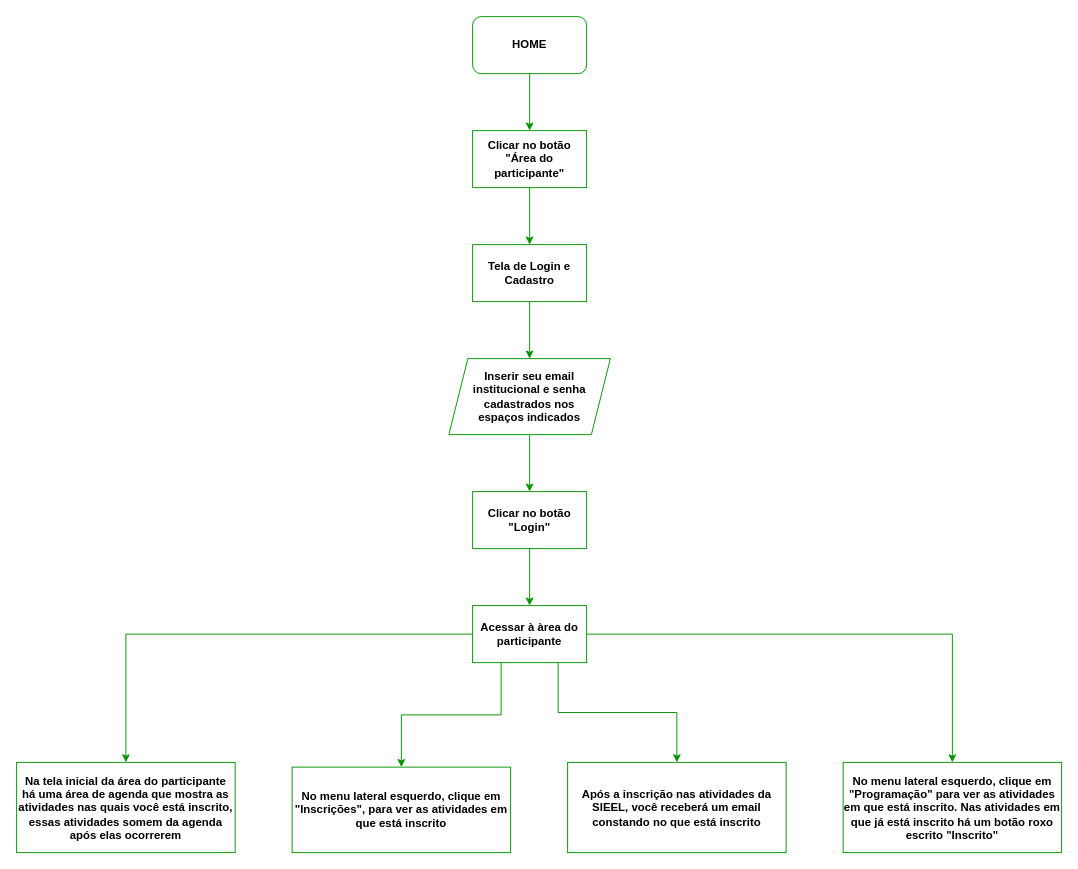
Above: page "verificar-inscricao" (3 of 6) of flowcharts-SIEEL-s-Site.drawio in jo4o-vinicius/Flowchart-of-SIEEL-s-site (draw.io), before the change. Source tidied: cells renumbered, new cells numbered last; positions are measured from the earlier drawing's top-left corner, leaving out a move shared by most shapes. Both pictures are drawn from the tidied source at 95%, with x=0, y=0 at pixel (16, 16).
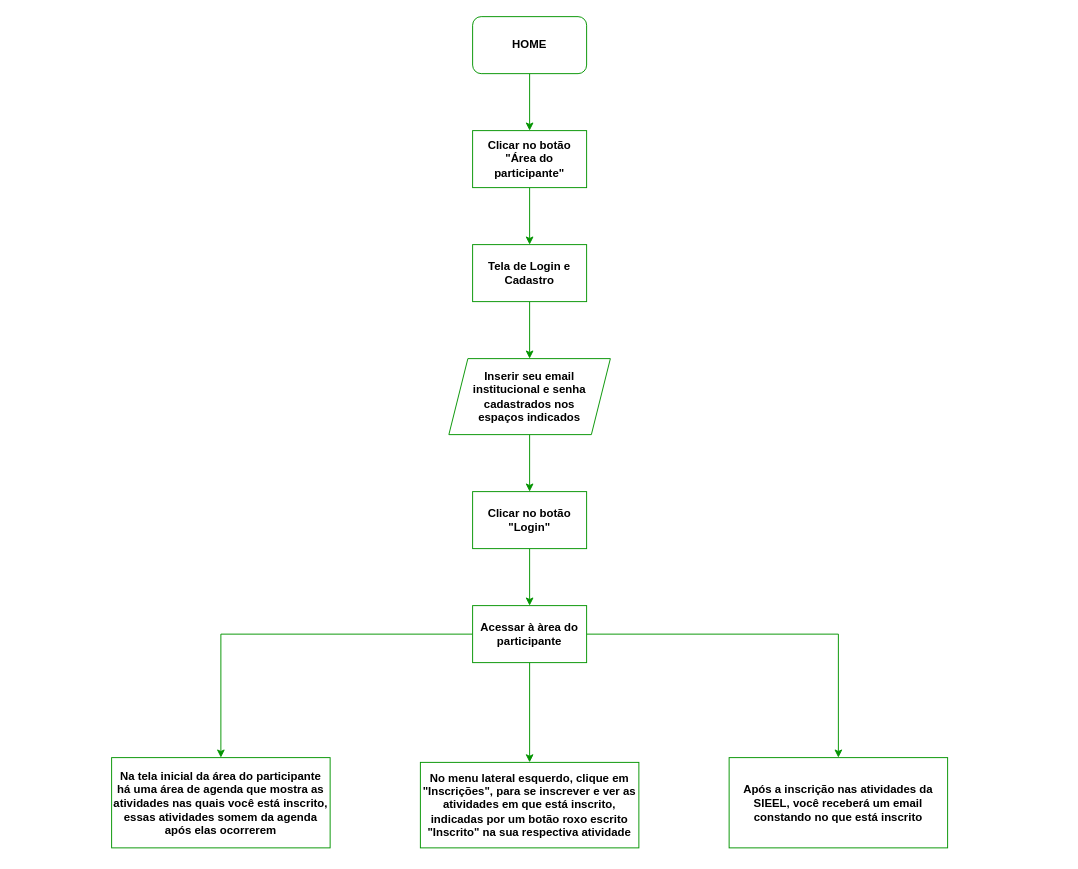
The same diagram, later.

Unchanged cells that the change refers to:
```xml
<mxCell id="16" value="Acessar à àrea do participante" style="whiteSpace=wrap;html=1;fontStyle=1;strokeColor=light-dark(#049402,#049402);labelBorderColor=none;" parent="1" vertex="1">
  <mxGeometry x="480" y="620" width="120" height="60" as="geometry" />
</mxCell>
```

Change to the diagram source:
```diff
@@
-    <mxCell id="13" style="edgeStyle=orthogonalEdgeStyle;rounded=0;jettySize=auto;html=1;exitX=0.25;exitY=1;exitDx=0;exitDy=0;fontStyle=1;strokeColor=light-dark(#049402,#049402);labelBorderColor=none;" parent="1" edge="1" source="16" target="18">
+    <mxCell id="13" style="edgeStyle=orthogonalEdgeStyle;rounded=0;jettySize=auto;html=1;exitX=0.5;exitY=1;exitDx=0;exitDy=0;fontStyle=1;strokeColor=light-dark(#049402,#049402);labelBorderColor=none;" parent="1" edge="1" source="16" target="18">
       <mxGeometry relative="1" as="geometry" />
     </mxCell>
-    <mxCell id="14" style="edgeStyle=orthogonalEdgeStyle;rounded=0;jettySize=auto;html=1;fontStyle=1;strokeColor=light-dark(#049402,#049402);labelBorderColor=none;" parent="1" edge="1" source="16" target="19">
-      <mxGeometry relative="1" as="geometry" />
-    </mxCell>
-    <mxCell id="15" style="edgeStyle=orthogonalEdgeStyle;rounded=0;jettySize=auto;html=1;exitX=0.75;exitY=1;exitDx=0;exitDy=0;fontStyle=1;strokeColor=light-dark(#049402,#049402);labelBorderColor=none;" parent="1" edge="1" source="16" target="20">
+    <mxCell id="15" style="edgeStyle=orthogonalEdgeStyle;rounded=0;jettySize=auto;html=1;exitX=1;exitY=0.5;exitDx=0;exitDy=0;fontStyle=1;strokeColor=light-dark(#049402,#049402);labelBorderColor=none;" parent="1" edge="1" source="16" target="20">
       <mxGeometry relative="1" as="geometry" />
     </mxCell>
@@
     <mxCell id="17" value="Na tela inicial da área do participante há uma área de agenda que mostra as atividades nas quais você está inscrito, essas atividades somem da agenda após elas ocorrerem" style="whiteSpace=wrap;html=1;fontStyle=1;strokeColor=light-dark(#049402,#049402);labelBorderColor=none;" parent="1" vertex="1">
-      <mxGeometry y="785" width="230" height="95" as="geometry" />
+      <mxGeometry x="100" y="780" width="230" height="95" as="geometry" />
     </mxCell>
-    <mxCell id="18" value="No menu lateral esquerdo, clique em &quot;Inscrições&quot;, para ver as atividades em que está inscrito" style="whiteSpace=wrap;html=1;fontStyle=1;strokeColor=light-dark(#049402,#049402);labelBorderColor=none;" parent="1" vertex="1">
-      <mxGeometry x="290" y="790" width="230" height="90" as="geometry" />
+    <mxCell id="18" value="No menu lateral esquerdo, clique em &quot;Inscrições&quot;, para se inscrever e ver as atividades em que está inscrito, indicadas por um botão roxo escrito &quot;Inscrito&quot; na sua respectiva atividade" style="whiteSpace=wrap;html=1;fontStyle=1;strokeColor=light-dark(#049402,#049402);labelBorderColor=none;" parent="1" vertex="1">
+      <mxGeometry x="425" y="785" width="230" height="90" as="geometry" />
     </mxCell>
-    <mxCell id="19" value="No menu lateral esquerdo, clique em &quot;Programação&quot; para ver as atividades em que está inscrito. Nas atividades em que já está inscrito há um botão roxo escrito &quot;Inscrito&quot;" style="whiteSpace=wrap;html=1;fontStyle=1;strokeColor=light-dark(#049402,#049402);labelBorderColor=none;" parent="1" vertex="1">
-      <mxGeometry x="870" y="785" width="230" height="95" as="geometry" />
-    </mxCell>
     <mxCell id="20" value="Após a inscrição nas atividades da SIEEL, você receberá um email constando no que está inscrito" style="whiteSpace=wrap;html=1;fontStyle=1;strokeColor=light-dark(#049402,#049402);labelBorderColor=none;" parent="1" vertex="1">
-      <mxGeometry x="580" y="785" width="230" height="95" as="geometry" />
+      <mxGeometry x="750" y="780" width="230" height="95" as="geometry" />
     </mxCell>
```
